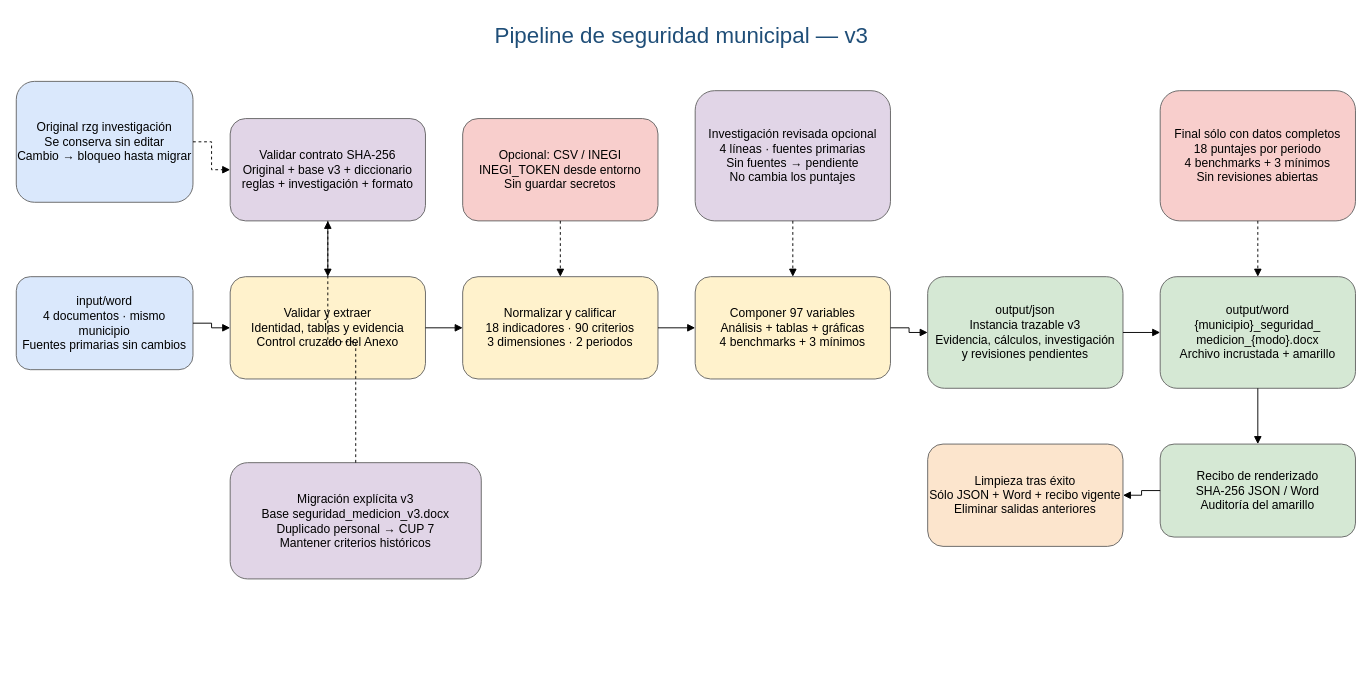
Above: flujo_pipeline.drawio in lehcimhdz/pipeline-seguridad-municipios (draw.io), before the change. Source tidied: cells renumbered, new cells numbered last; positions are measured from the earlier drawing's top-left corner, leaving out a move shared by most shapes. Both pictures are drawn from the tidied source at 93%, with x=0, y=0 at pixel (16, 16).
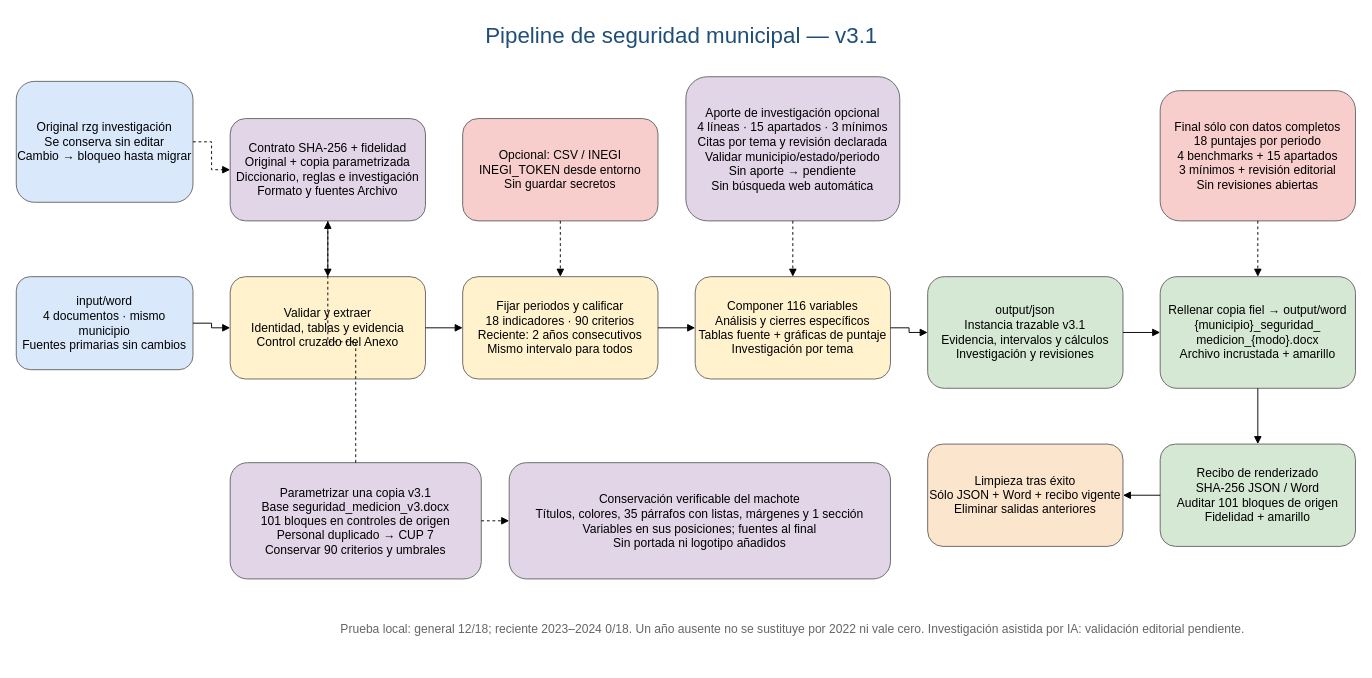
After the change.

Diff of the diagram source:
```diff
@@
-    <mxCell id="2" value="Pipeline de seguridad municipal — v3" style="text;html=1;fontSize=24;align=center;fontColor=#1f4e78;" parent="1" vertex="1">
+    <mxCell id="2" value="Pipeline de seguridad municipal — v3.1" style="text;html=1;fontSize=24;align=center;fontColor=#1f4e78;" parent="1" vertex="1">
       <mxGeometry x="390" width="650" height="40" as="geometry" />
     </mxCell>
@@
-    <mxCell id="4" value="Validar contrato SHA-256&#10;Original + base v3 + diccionario&#10;reglas + investigación + formato" style="rounded=1;whiteSpace=wrap;html=1;fillColor=#e1d5e7;strokeColor=#666666;fontSize=13;" parent="1" vertex="1">
+    <mxCell id="4" value="Contrato SHA-256 + fidelidad&#10;Original + copia parametrizada&#10;Diccionario, reglas e investigación&#10;Formato y fuentes Archivo" style="rounded=1;whiteSpace=wrap;html=1;fillColor=#e1d5e7;strokeColor=#666666;fontSize=13;" parent="1" vertex="1">
       <mxGeometry x="230" y="110" width="210" height="110" as="geometry" />
     </mxCell>
@@
-    <mxCell id="6" value="Normalizar y calificar&#10;18 indicadores · 90 criterios&#10;3 dimensiones · 2 periodos" style="rounded=1;whiteSpace=wrap;html=1;fillColor=#fff2cc;strokeColor=#666666;fontSize=13;" parent="1" vertex="1">
+    <mxCell id="6" value="Fijar periodos y calificar&#10;18 indicadores · 90 criterios&#10;Reciente: 2 años consecutivos&#10;Mismo intervalo para todos" style="rounded=1;whiteSpace=wrap;html=1;fillColor=#fff2cc;strokeColor=#666666;fontSize=13;" parent="1" vertex="1">
       <mxGeometry x="480" y="280" width="210" height="110" as="geometry" />
     </mxCell>
@@
-    <mxCell id="8" value="Componer 97 variables&#10;Análisis + tablas + gráficas&#10;4 benchmarks + 3 mínimos" style="rounded=1;whiteSpace=wrap;html=1;fillColor=#fff2cc;strokeColor=#666666;fontSize=13;" parent="1" vertex="1">
+    <mxCell id="8" value="Componer 116 variables&#10;Análisis y cierres específicos&#10;Tablas fuente + gráficas de puntaje&#10;Investigación por tema" style="rounded=1;whiteSpace=wrap;html=1;fillColor=#fff2cc;strokeColor=#666666;fontSize=13;" parent="1" vertex="1">
       <mxGeometry x="730" y="280" width="210" height="110" as="geometry" />
     </mxCell>
-    <mxCell id="9" value="Investigación revisada opcional&#10;4 líneas · fuentes primarias&#10;Sin fuentes → pendiente&#10;No cambia los puntajes" style="rounded=1;whiteSpace=wrap;html=1;fillColor=#e1d5e7;strokeColor=#666666;fontSize=13;" parent="1" vertex="1">
-      <mxGeometry x="730" y="80" width="210" height="140" as="geometry" />
+    <mxCell id="9" value="Aporte de investigación opcional&#10;4 líneas · 15 apartados · 3 mínimos&#10;Citas por tema y revisión declarada&#10;Validar municipio/estado/periodo&#10;Sin aporte → pendiente&#10;Sin búsqueda web automática" style="rounded=1;whiteSpace=wrap;html=1;fillColor=#e1d5e7;strokeColor=#666666;fontSize=13;" parent="1" vertex="1">
+      <mxGeometry x="720" y="65" width="230" height="155" as="geometry" />
     </mxCell>
-    <mxCell id="10" value="output/json&#10;Instancia trazable v3&#10;Evidencia, cálculos, investigación&#10;y revisiones pendientes" style="rounded=1;whiteSpace=wrap;html=1;fillColor=#d5e8d4;strokeColor=#666666;fontSize=13;" parent="1" vertex="1">
+    <mxCell id="10" value="output/json&#10;Instancia trazable v3.1&#10;Evidencia, intervalos y cálculos&#10;Investigación y revisiones" style="rounded=1;whiteSpace=wrap;html=1;fillColor=#d5e8d4;strokeColor=#666666;fontSize=13;" parent="1" vertex="1">
       <mxGeometry x="980" y="280" width="210" height="120" as="geometry" />
     </mxCell>
-    <mxCell id="11" value="output/word&#10;{municipio}_seguridad_&#10;medicion_{modo}.docx&#10;Archivo incrustada + amarillo" style="rounded=1;whiteSpace=wrap;html=1;fillColor=#d5e8d4;strokeColor=#666666;fontSize=13;" parent="1" vertex="1">
+    <mxCell id="11" value="Rellenar copia fiel → output/word&#10;{municipio}_seguridad_&#10;medicion_{modo}.docx&#10;Archivo incrustada + amarillo" style="rounded=1;whiteSpace=wrap;html=1;fillColor=#d5e8d4;strokeColor=#666666;fontSize=13;" parent="1" vertex="1">
       <mxGeometry x="1230" y="280" width="210" height="120" as="geometry" />
     </mxCell>
-    <mxCell id="12" value="Final sólo con datos completos&#10;18 puntajes por periodo&#10;4 benchmarks + 3 mínimos&#10;Sin revisiones abiertas" style="rounded=1;whiteSpace=wrap;html=1;fillColor=#f8cecc;strokeColor=#666666;fontSize=13;" parent="1" vertex="1">
+    <mxCell id="12" value="Final sólo con datos completos&#10;18 puntajes por periodo&#10;4 benchmarks + 15 apartados&#10;3 mínimos + revisión editorial&#10;Sin revisiones abiertas" style="rounded=1;whiteSpace=wrap;html=1;fillColor=#f8cecc;strokeColor=#666666;fontSize=13;" parent="1" vertex="1">
       <mxGeometry x="1230" y="80" width="210" height="140" as="geometry" />
     </mxCell>
-    <mxCell id="13" value="Recibo de renderizado&#10;SHA-256 JSON / Word&#10;Auditoría del amarillo" style="rounded=1;whiteSpace=wrap;html=1;fillColor=#d5e8d4;strokeColor=#666666;fontSize=13;" parent="1" vertex="1">
-      <mxGeometry x="1230" y="460" width="210" height="100" as="geometry" />
+    <mxCell id="13" value="Recibo de renderizado&#10;SHA-256 JSON / Word&#10;Auditar 101 bloques de origen&#10;Fidelidad + amarillo" style="rounded=1;whiteSpace=wrap;html=1;fillColor=#d5e8d4;strokeColor=#666666;fontSize=13;" parent="1" vertex="1">
+      <mxGeometry x="1230" y="460" width="210" height="110" as="geometry" />
     </mxCell>
@@
-    <mxCell id="16" value="Migración explícita v3&#10;Base seguridad_medicion_v3.docx&#10;Duplicado personal → CUP 7&#10;Mantener criterios históricos" style="rounded=1;whiteSpace=wrap;html=1;fillColor=#e1d5e7;strokeColor=#666666;fontSize=13;" parent="1" vertex="1">
+    <mxCell id="16" value="Parametrizar una copia v3.1&#10;Base seguridad_medicion_v3.docx&#10;101 bloques en controles de origen&#10;Personal duplicado → CUP 7&#10;Conservar 90 criterios y umbrales" style="rounded=1;whiteSpace=wrap;html=1;fillColor=#e1d5e7;strokeColor=#666666;fontSize=13;" parent="1" vertex="1">
       <mxGeometry x="230" y="480" width="270" height="125" as="geometry" />
     </mxCell>
+    <mxCell id="30" value="Conservación verificable del machote&#10;Títulos, colores, 35 párrafos con listas, márgenes y 1 sección&#10;Variables en sus posiciones; fuentes al final&#10;Sin portada ni logotipo añadidos" style="rounded=1;whiteSpace=wrap;html=1;fillColor=#e1d5e7;strokeColor=#666666;fontSize=13;" parent="1" vertex="1">
+      <mxGeometry x="530" y="480" width="410" height="125" as="geometry" />
+    </mxCell>
+    <mxCell id="31" value="Prueba local: general 12/18; reciente 2023–2024 0/18. Un año ausente no se sustituye por 2022 ni vale cero. Investigación asistida por IA: validación editorial pendiente." style="text;whiteSpace=wrap;html=1;fontSize=13;align=center;fontColor=#666666;" parent="1" vertex="1">
+      <mxGeometry x="230" y="645" width="1210" height="50" as="geometry" />
+    </mxCell>
@@
+    <mxCell id="32" style="edgeStyle=orthogonalEdgeStyle;endArrow=block;html=1;rounded=0;dashed=1;" parent="1" edge="1" source="16" target="30">
+      <mxGeometry relative="1" as="geometry" />
+    </mxCell>
```
